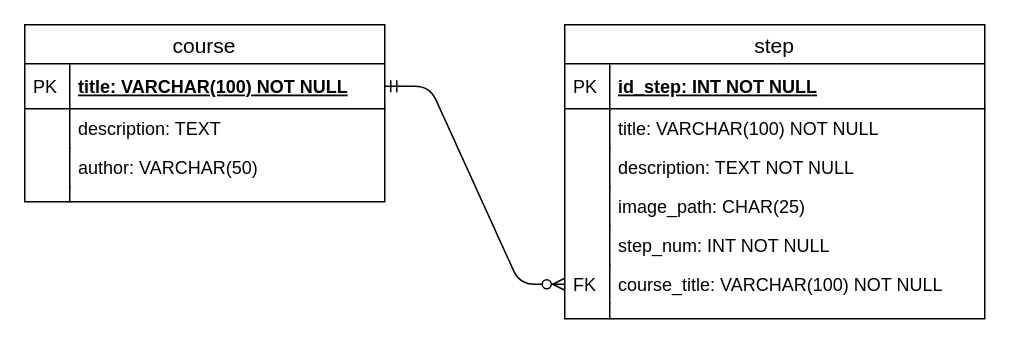
This is doc/RM.drawio from Sam36502/Tutor, a draw.io file, before an edit. Source tidied: cells renumbered, new cells numbered last; positions are measured from the earlier drawing's top-left corner, leaving out a move shared by most shapes. Both pictures are drawn from the tidied source at 150%, with x=0, y=0 at pixel (24, 24).
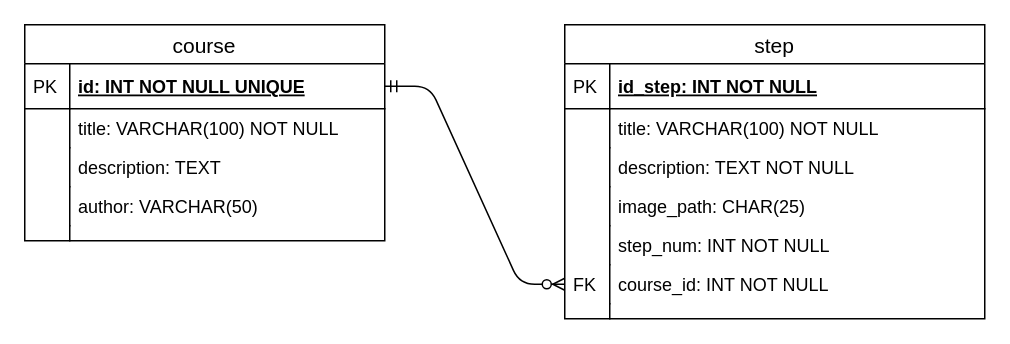
The same diagram, later.

Unchanged cells that the change refers to:
```xml
<mxCell id="11" value="step" style="swimlane;fontStyle=0;horizontal=1;startSize=26;align=center;fontSize=14;" parent="1" vertex="1">
  <mxGeometry x="360" width="280" height="196" as="geometry" />
</mxCell>
```

What changed in the source:
```diff
@@
     <mxCell id="2" value="course" style="swimlane;fontStyle=0;horizontal=1;startSize=26;align=center;fontSize=14;" parent="1" vertex="1">
-      <mxGeometry width="240" height="118" as="geometry" />
+      <mxGeometry width="240" height="144" as="geometry" />
     </mxCell>
-    <mxCell id="3" value="title: VARCHAR(100) NOT NULL" style="shape=partialRectangle;top=0;left=0;right=0;bottom=1;align=left;verticalAlign=middle;fillColor=none;spacingLeft=34;spacingRight=4;overflow=hidden;points=[[0,0.5],[1,0.5]];portConstraint=eastwest;fontStyle=5;fontSize=12;" parent="2" vertex="1">
+    <mxCell id="3" value="id: INT NOT NULL UNIQUE" style="shape=partialRectangle;top=0;left=0;right=0;bottom=1;align=left;verticalAlign=middle;fillColor=none;spacingLeft=34;spacingRight=4;overflow=hidden;points=[[0,0.5],[1,0.5]];portConstraint=eastwest;fontStyle=5;fontSize=12;" parent="2" vertex="1">
       <mxGeometry y="26" width="240" height="30" as="geometry" />
     </mxCell>
@@
+    <mxCell id="27" value="title: VARCHAR(100) NOT NULL" style="shape=partialRectangle;top=0;left=0;right=0;bottom=0;align=left;verticalAlign=top;fillColor=none;spacingLeft=34;spacingRight=4;overflow=hidden;fontSize=12;" parent="2" vertex="1">
+      <mxGeometry y="56" width="240" height="26" as="geometry" />
+    </mxCell>
+    <mxCell id="28" style="shape=partialRectangle;top=0;left=0;bottom=0;fillColor=none;align=left;verticalAlign=top;spacingLeft=4;spacingRight=4;overflow=hidden;fontSize=12;" parent="27" vertex="1">
+      <mxGeometry width="30" height="26" as="geometry" />
+    </mxCell>
     <mxCell id="5" value="description: TEXT" style="shape=partialRectangle;top=0;left=0;right=0;bottom=0;align=left;verticalAlign=top;fillColor=none;spacingLeft=34;spacingRight=4;overflow=hidden;fontSize=12;" parent="2" vertex="1">
-      <mxGeometry y="56" width="240" height="26" as="geometry" />
+      <mxGeometry y="82" width="240" height="26" as="geometry" />
     </mxCell>
@@
     <mxCell id="7" value="author: VARCHAR(50)" style="shape=partialRectangle;top=0;left=0;right=0;bottom=0;align=left;verticalAlign=top;fillColor=none;spacingLeft=34;spacingRight=4;overflow=hidden;fontSize=12;" parent="2" vertex="1">
-      <mxGeometry y="82" width="240" height="26" as="geometry" />
+      <mxGeometry y="108" width="240" height="26" as="geometry" />
     </mxCell>
@@
     <mxCell id="9" style="shape=partialRectangle;top=0;left=0;right=0;bottom=0;align=left;verticalAlign=top;fillColor=none;spacingLeft=34;spacingRight=4;overflow=hidden;fontSize=12;" parent="2" vertex="1">
-      <mxGeometry y="108" width="240" height="10" as="geometry" />
+      <mxGeometry y="134" width="240" height="10" as="geometry" />
     </mxCell>
@@
-    <mxCell id="22" value="course_title: VARCHAR(100) NOT NULL" style="shape=partialRectangle;top=0;left=0;right=0;bottom=0;align=left;verticalAlign=top;fillColor=none;spacingLeft=34;spacingRight=4;overflow=hidden;points=[[0,0.5],[1,0.5]];portConstraint=eastwest;fontSize=12;" parent="11" vertex="1">
+    <mxCell id="22" value="course_id: INT NOT NULL" style="shape=partialRectangle;top=0;left=0;right=0;bottom=0;align=left;verticalAlign=top;fillColor=none;spacingLeft=34;spacingRight=4;overflow=hidden;points=[[0,0.5],[1,0.5]];portConstraint=eastwest;fontSize=12;" parent="11" vertex="1">
       <mxGeometry y="160" width="280" height="26" as="geometry" />
     </mxCell>
```
